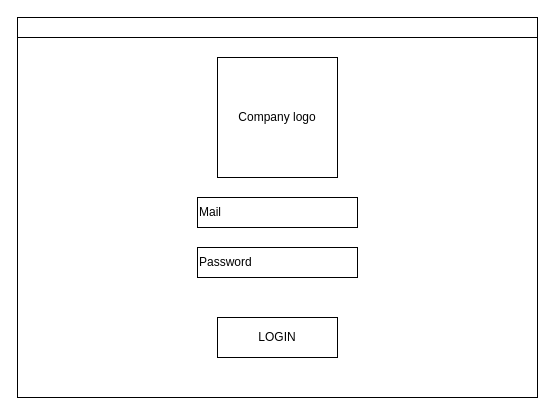
Earlier version of the draw.io diagram Documentation/Mockup/Files/employee_login_gui.drawio (dariocurr/prsw_project). Source tidied: cells renumbered, new cells numbered last; positions are measured from the earlier drawing's top-left corner, leaving out a move shared by most shapes. Both pictures are drawn from the tidied source at 100%, with x=0, y=0 at pixel (17, 17).
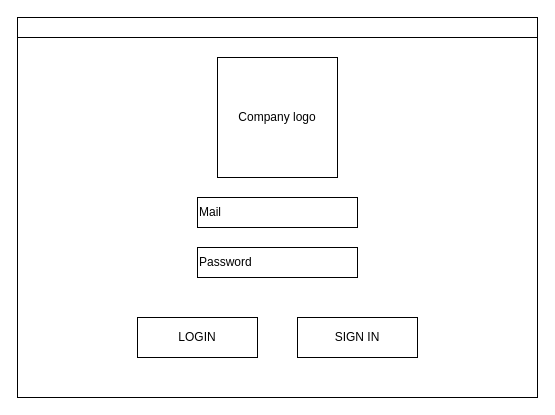
The same page after the edit.

What changed in the source:
```diff
@@
 <mxGraphModel>
   <root>
     <mxCell id="0" />
     <mxCell id="1" parent="0" />
     <mxCell id="2" style="rounded=0;whiteSpace=wrap;html=1;fillColor=none;" parent="1" vertex="1">
       <mxGeometry y="20" width="520" height="360" as="geometry" />
     </mxCell>
     <mxCell id="3" style="rounded=0;whiteSpace=wrap;html=1;" parent="1" vertex="1">
       <mxGeometry width="520" height="20" as="geometry" />
     </mxCell>
     <mxCell id="4" value="Mail" style="rounded=0;whiteSpace=wrap;html=1;fillColor=none;align=left;" parent="1" vertex="1">
       <mxGeometry x="180" y="180" width="160" height="30" as="geometry" />
     </mxCell>
     <mxCell id="5" value="Company logo" style="rounded=0;whiteSpace=wrap;html=1;fillColor=none;" parent="1" vertex="1">
       <mxGeometry x="200" y="40" width="120" height="120" as="geometry" />
     </mxCell>
     <mxCell id="6" value="LOGIN" style="rounded=0;whiteSpace=wrap;html=1;fillColor=none;" parent="1" vertex="1">
-      <mxGeometry x="200" y="300" width="120" height="40" as="geometry" />
+      <mxGeometry x="120" y="300" width="120" height="40" as="geometry" />
     </mxCell>
     <mxCell id="7" value="Password" style="rounded=0;whiteSpace=wrap;html=1;fillColor=none;align=left;" parent="1" vertex="1">
       <mxGeometry x="180" y="230" width="160" height="30" as="geometry" />
     </mxCell>
+    <mxCell id="8" value="SIGN IN" style="rounded=0;whiteSpace=wrap;html=1;fillColor=none;" parent="1" vertex="1">
+      <mxGeometry x="280" y="300" width="120" height="40" as="geometry" />
+    </mxCell>
   </root>
 </mxGraphModel>
```
